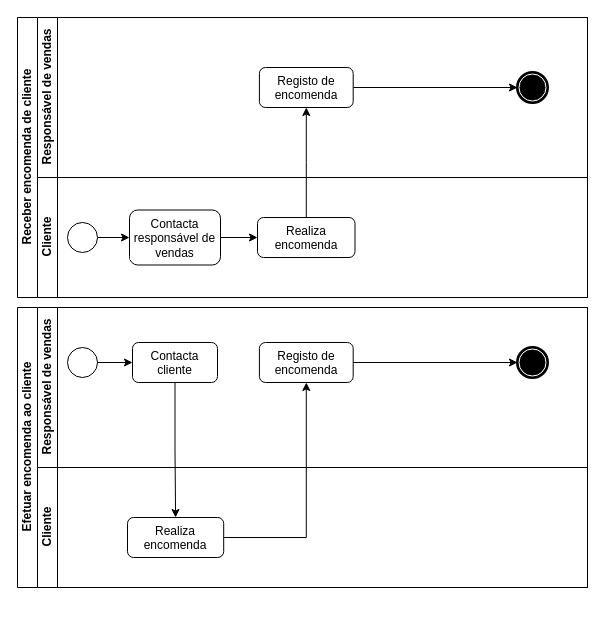
This is page "Encomenda" (1 of 4) of docs/bpmn.drawio from joaobraganca555/GlobalTech_ETL, a draw.io file, before an edit. Source tidied: cells renumbered, new cells numbered last; positions are measured from the earlier drawing's top-left corner, leaving out a move shared by most shapes. Both pictures are drawn from the tidied source at 100%, with x=0, y=0 at pixel (17, 17).
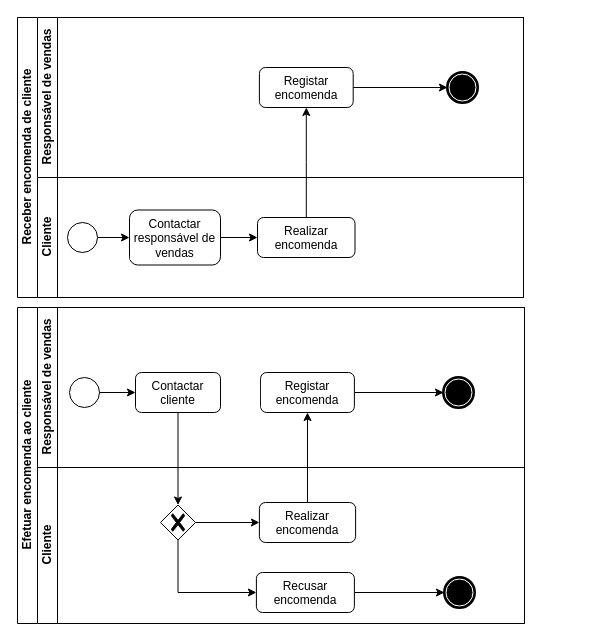
The same diagram, later.

Commit message (it also covers changes not shown here):
new flow to bpmn process encomenda

The edit, as a diff of the source:
```diff
@@
     <mxCell id="2" value="Receber encomenda de cliente" style="swimlane;html=1;horizontal=0;startSize=20;" parent="1" vertex="1">
-      <mxGeometry width="570" height="280" as="geometry" />
+      <mxGeometry width="506" height="280" as="geometry" />
     </mxCell>
-    <mxCell id="3" style="edgeStyle=orthogonalEdgeStyle;rounded=0;orthogonalLoop=1;jettySize=auto;html=1;dashed=1;endArrow=none;endFill=0;" parent="2" edge="1">
-      <mxGeometry relative="1" as="geometry">
-        <mxPoint x="180" y="90" as="sourcePoint" />
-        <mxPoint x="180" y="90" as="targetPoint" />
-      </mxGeometry>
-    </mxCell>
-    <mxCell id="4" style="edgeStyle=orthogonalEdgeStyle;rounded=0;orthogonalLoop=1;jettySize=auto;html=1;endArrow=classic;endFill=1;" parent="2" edge="1">
-      <mxGeometry relative="1" as="geometry">
-        <mxPoint x="300" y="140" as="targetPoint" />
-      </mxGeometry>
-    </mxCell>
-    <mxCell id="5" style="edgeStyle=orthogonalEdgeStyle;rounded=0;orthogonalLoop=1;jettySize=auto;html=1;endArrow=classic;endFill=1;" parent="2" edge="1">
-      <mxGeometry relative="1" as="geometry">
-        <mxPoint x="180" y="90" as="sourcePoint" />
-        <Array as="points">
-          <mxPoint x="180" y="220" />
-          <mxPoint x="400" y="220" />
-        </Array>
-      </mxGeometry>
-    </mxCell>
-    <mxCell id="6" value="Responsável de vendas" style="swimlane;html=1;startSize=20;horizontal=0;" parent="2" vertex="1">
-      <mxGeometry x="20" width="550" height="160" as="geometry" />
-    </mxCell>
-    <mxCell id="7" style="edgeStyle=orthogonalEdgeStyle;rounded=0;orthogonalLoop=1;jettySize=auto;html=1;endArrow=classic;endFill=1;" parent="6" edge="1">
-      <mxGeometry relative="1" as="geometry">
-        <mxPoint x="200" y="60" as="sourcePoint" />
-      </mxGeometry>
-    </mxCell>
-    <mxCell id="8" style="edgeStyle=orthogonalEdgeStyle;rounded=0;jettySize=auto;html=1;" parent="6" edge="1" source="9" target="10">
-      <mxGeometry relative="1" as="geometry" />
-    </mxCell>
-    <mxCell id="9" value="Registo de encomenda" style="rounded=1;whiteSpace=wrap;html=1;verticalAlign=top;labelBackgroundColor=#ffffff;" parent="6" vertex="1">
-      <mxGeometry x="221.9" y="50" width="93.8" height="40" as="geometry" />
-    </mxCell>
-    <mxCell id="10" style="points=[[0.145,0.145,0],[0.5,0,0],[0.855,0.145,0],[1,0.5,0],[0.855,0.855,0],[0.5,1,0],[0.145,0.855,0],[0,0.5,0]];shape=mxgraph.bpmn.event;html=1;verticalLabelPosition=bottom;labelBackgroundColor=#ffffff;verticalAlign=top;align=center;perimeter=ellipsePerimeter;outlineConnect=0;outline=end;symbol=terminate;" parent="6" vertex="1">
-      <mxGeometry x="480" y="55" width="30" height="30" as="geometry" />
-    </mxCell>
-    <mxCell id="11" value="Cliente" style="swimlane;html=1;startSize=20;horizontal=0;" parent="2" vertex="1">
-      <mxGeometry x="20" y="160" width="550" height="120" as="geometry" />
-    </mxCell>
-    <mxCell id="12" style="edgeStyle=orthogonalEdgeStyle;rounded=0;orthogonalLoop=1;jettySize=auto;html=1;endArrow=classic;endFill=1;" parent="11" edge="1">
-      <mxGeometry relative="1" as="geometry">
-        <mxPoint x="320" y="50" as="sourcePoint" />
-      </mxGeometry>
-    </mxCell>
-    <mxCell id="13" style="edgeStyle=orthogonalEdgeStyle;rounded=0;jettySize=auto;html=1;" parent="11" edge="1" source="14" target="15">
-      <mxGeometry relative="1" as="geometry" />
-    </mxCell>
+    <mxCell id="36" style="edgeStyle=orthogonalEdgeStyle;rounded=0;orthogonalLoop=1;jettySize=auto;html=1;dashed=1;endArrow=none;endFill=0;" parent="2" edge="1">
+      <mxGeometry relative="1" as="geometry">
+        <mxPoint x="180" y="90" as="sourcePoint" />
+        <mxPoint x="180" y="90" as="targetPoint" />
+      </mxGeometry>
+    </mxCell>
+    <mxCell id="37" style="edgeStyle=orthogonalEdgeStyle;rounded=0;orthogonalLoop=1;jettySize=auto;html=1;endArrow=classic;endFill=1;" parent="2" edge="1">
+      <mxGeometry relative="1" as="geometry">
+        <mxPoint x="300" y="140" as="targetPoint" />
+      </mxGeometry>
+    </mxCell>
+    <mxCell id="38" style="edgeStyle=orthogonalEdgeStyle;rounded=0;orthogonalLoop=1;jettySize=auto;html=1;endArrow=classic;endFill=1;" parent="2" edge="1">
+      <mxGeometry relative="1" as="geometry">
+        <mxPoint x="180" y="90" as="sourcePoint" />
+        <Array as="points">
+          <mxPoint x="180" y="220" />
+          <mxPoint x="400" y="220" />
+        </Array>
+      </mxGeometry>
+    </mxCell>
+    <mxCell id="39" value="Responsável de vendas" style="swimlane;html=1;startSize=20;horizontal=0;" parent="2" vertex="1">
+      <mxGeometry x="20" width="486" height="160" as="geometry" />
+    </mxCell>
+    <mxCell id="40" style="edgeStyle=orthogonalEdgeStyle;rounded=0;orthogonalLoop=1;jettySize=auto;html=1;endArrow=classic;endFill=1;" parent="39" edge="1">
+      <mxGeometry relative="1" as="geometry">
+        <mxPoint x="200" y="60" as="sourcePoint" />
+      </mxGeometry>
+    </mxCell>
+    <mxCell id="41" style="edgeStyle=orthogonalEdgeStyle;rounded=0;jettySize=auto;html=1;" parent="39" edge="1" source="42" target="43">
+      <mxGeometry relative="1" as="geometry" />
+    </mxCell>
+    <mxCell id="42" value="Registar encomenda" style="rounded=1;whiteSpace=wrap;html=1;verticalAlign=top;labelBackgroundColor=#ffffff;" parent="39" vertex="1">
+      <mxGeometry x="221.9" y="50" width="93.8" height="40" as="geometry" />
+    </mxCell>
+    <mxCell id="43" style="points=[[0.145,0.145,0],[0.5,0,0],[0.855,0.145,0],[1,0.5,0],[0.855,0.855,0],[0.5,1,0],[0.145,0.855,0],[0,0.5,0]];shape=mxgraph.bpmn.event;html=1;verticalLabelPosition=bottom;labelBackgroundColor=#ffffff;verticalAlign=top;align=center;perimeter=ellipsePerimeter;outlineConnect=0;outline=end;symbol=terminate;" parent="39" vertex="1">
+      <mxGeometry x="410" y="55" width="30" height="30" as="geometry" />
+    </mxCell>
+    <mxCell id="44" value="Cliente" style="swimlane;html=1;startSize=20;horizontal=0;" parent="2" vertex="1">
+      <mxGeometry x="20" y="160" width="486" height="120" as="geometry" />
+    </mxCell>
+    <mxCell id="45" style="edgeStyle=orthogonalEdgeStyle;rounded=0;orthogonalLoop=1;jettySize=auto;html=1;endArrow=classic;endFill=1;" parent="44" edge="1">
+      <mxGeometry relative="1" as="geometry">
+        <mxPoint x="320" y="50" as="sourcePoint" />
+      </mxGeometry>
+    </mxCell>
+    <mxCell id="46" style="edgeStyle=orthogonalEdgeStyle;rounded=0;jettySize=auto;html=1;" parent="44" edge="1" source="14" target="47">
+      <mxGeometry relative="1" as="geometry" />
+    </mxCell>
-    <mxCell id="14" style="points=[[0.145,0.145,0],[0.5,0,0],[0.855,0.145,0],[1,0.5,0],[0.855,0.855,0],[0.5,1,0],[0.145,0.855,0],[0,0.5,0]];shape=mxgraph.bpmn.event;html=1;verticalLabelPosition=bottom;labelBackgroundColor=#ffffff;verticalAlign=top;align=center;perimeter=ellipsePerimeter;outlineConnect=0;outline=standard;symbol=general;" parent="11" vertex="1">
+    <mxCell id="14" style="points=[[0.145,0.145,0],[0.5,0,0],[0.855,0.145,0],[1,0.5,0],[0.855,0.855,0],[0.5,1,0],[0.145,0.855,0],[0,0.5,0]];shape=mxgraph.bpmn.event;html=1;verticalLabelPosition=bottom;labelBackgroundColor=#ffffff;verticalAlign=top;align=center;perimeter=ellipsePerimeter;outlineConnect=0;outline=standard;symbol=general;" parent="44" vertex="1">
       <mxGeometry x="30" y="45" width="30" height="30" as="geometry" />
     </mxCell>
-    <mxCell id="15" value="Contacta responsável de vendas" style="rounded=1;whiteSpace=wrap;html=1;verticalAlign=top;labelBackgroundColor=#ffffff;" parent="11" vertex="1">
-      <mxGeometry x="92" y="32.5" width="91" height="55" as="geometry" />
-    </mxCell>
-    <mxCell id="16" value="Realiza&lt;br&gt;encomenda" style="whiteSpace=wrap;html=1;verticalAlign=top;rounded=1;labelBackgroundColor=#ffffff;" parent="11" vertex="1">
-      <mxGeometry x="220" y="40" width="97.5" height="40" as="geometry" />
-    </mxCell>
-    <mxCell id="17" style="edgeStyle=orthogonalEdgeStyle;rounded=0;jettySize=auto;html=1;" parent="11" edge="1" source="15" target="16">
-      <mxGeometry relative="1" as="geometry" />
-    </mxCell>
-    <mxCell id="18" style="edgeStyle=orthogonalEdgeStyle;rounded=0;jettySize=auto;html=1;" parent="2" edge="1" source="16" target="9">
-      <mxGeometry relative="1" as="geometry" />
-    </mxCell>
+    <mxCell id="47" value="Contactar responsável de vendas" style="rounded=1;whiteSpace=wrap;html=1;verticalAlign=top;labelBackgroundColor=#ffffff;" parent="44" vertex="1">
+      <mxGeometry x="92" y="32.5" width="91" height="55" as="geometry" />
+    </mxCell>
+    <mxCell id="48" value="Realizar&lt;br&gt;encomenda" style="whiteSpace=wrap;html=1;verticalAlign=top;rounded=1;labelBackgroundColor=#ffffff;" parent="44" vertex="1">
+      <mxGeometry x="220" y="40" width="97.5" height="40" as="geometry" />
+    </mxCell>
+    <mxCell id="49" style="edgeStyle=orthogonalEdgeStyle;rounded=0;jettySize=auto;html=1;" parent="44" edge="1" source="47" target="48">
+      <mxGeometry relative="1" as="geometry" />
+    </mxCell>
+    <mxCell id="50" style="edgeStyle=orthogonalEdgeStyle;rounded=0;jettySize=auto;html=1;" parent="2" edge="1" source="48" target="42">
+      <mxGeometry relative="1" as="geometry" />
+    </mxCell>
     <mxCell id="19" value="Efetuar encomenda ao cliente" style="swimlane;html=1;horizontal=0;startSize=20;" parent="1" vertex="1">
-      <mxGeometry y="290" width="570" height="280" as="geometry" />
+      <mxGeometry y="290" width="507" height="316" as="geometry" />
     </mxCell>
-    <mxCell id="20" style="edgeStyle=orthogonalEdgeStyle;rounded=0;orthogonalLoop=1;jettySize=auto;html=1;dashed=1;endArrow=none;endFill=0;" parent="19" edge="1">
-      <mxGeometry relative="1" as="geometry">
-        <mxPoint x="180" y="90" as="sourcePoint" />
-        <mxPoint x="180" y="90" as="targetPoint" />
-      </mxGeometry>
-    </mxCell>
-    <mxCell id="21" style="edgeStyle=orthogonalEdgeStyle;rounded=0;orthogonalLoop=1;jettySize=auto;html=1;endArrow=classic;endFill=1;" parent="19" edge="1">
-      <mxGeometry relative="1" as="geometry">
-        <mxPoint x="300" y="140" as="targetPoint" />
-      </mxGeometry>
-    </mxCell>
-    <mxCell id="22" style="edgeStyle=orthogonalEdgeStyle;rounded=0;orthogonalLoop=1;jettySize=auto;html=1;endArrow=classic;endFill=1;" parent="19" edge="1">
-      <mxGeometry relative="1" as="geometry">
-        <mxPoint x="180" y="90" as="sourcePoint" />
-        <Array as="points">
-          <mxPoint x="180" y="220" />
-          <mxPoint x="400" y="220" />
-        </Array>
-      </mxGeometry>
-    </mxCell>
-    <mxCell id="23" value="Responsável de vendas" style="swimlane;html=1;startSize=20;horizontal=0;" parent="19" vertex="1">
-      <mxGeometry x="20" width="550" height="160" as="geometry" />
-    </mxCell>
-    <mxCell id="24" style="edgeStyle=orthogonalEdgeStyle;rounded=0;orthogonalLoop=1;jettySize=auto;html=1;endArrow=classic;endFill=1;" parent="23" edge="1">
-      <mxGeometry relative="1" as="geometry">
-        <mxPoint x="200" y="60" as="sourcePoint" />
-      </mxGeometry>
-    </mxCell>
-    <mxCell id="25" style="edgeStyle=orthogonalEdgeStyle;rounded=0;jettySize=auto;html=1;" parent="23" edge="1" source="26" target="27">
-      <mxGeometry relative="1" as="geometry" />
-    </mxCell>
-    <mxCell id="26" value="Registo de encomenda" style="rounded=1;whiteSpace=wrap;html=1;verticalAlign=top;labelBackgroundColor=#ffffff;" parent="23" vertex="1">
-      <mxGeometry x="221.9" y="35" width="93.8" height="40" as="geometry" />
-    </mxCell>
-    <mxCell id="27" style="points=[[0.145,0.145,0],[0.5,0,0],[0.855,0.145,0],[1,0.5,0],[0.855,0.855,0],[0.5,1,0],[0.145,0.855,0],[0,0.5,0]];shape=mxgraph.bpmn.event;html=1;verticalLabelPosition=bottom;labelBackgroundColor=#ffffff;verticalAlign=top;align=center;perimeter=ellipsePerimeter;outlineConnect=0;outline=end;symbol=terminate;" parent="23" vertex="1">
-      <mxGeometry x="480" y="40" width="30" height="30" as="geometry" />
-    </mxCell>
-    <mxCell id="28" style="points=[[0.145,0.145,0],[0.5,0,0],[0.855,0.145,0],[1,0.5,0],[0.855,0.855,0],[0.5,1,0],[0.145,0.855,0],[0,0.5,0]];shape=mxgraph.bpmn.event;html=1;verticalLabelPosition=bottom;labelBackgroundColor=#ffffff;verticalAlign=top;align=center;perimeter=ellipsePerimeter;outlineConnect=0;outline=standard;symbol=general;" parent="23" vertex="1">
-      <mxGeometry x="30" y="40" width="30" height="30" as="geometry" />
-    </mxCell>
-    <mxCell id="29" value="Contacta cliente" style="rounded=1;whiteSpace=wrap;html=1;verticalAlign=top;labelBackgroundColor=#ffffff;" parent="23" vertex="1">
-      <mxGeometry x="95" y="35" width="85" height="40" as="geometry" />
-    </mxCell>
-    <mxCell id="30" style="edgeStyle=orthogonalEdgeStyle;rounded=0;jettySize=auto;html=1;" parent="23" edge="1" source="28" target="29">
-      <mxGeometry relative="1" as="geometry" />
-    </mxCell>
-    <mxCell id="31" value="Cliente" style="swimlane;html=1;startSize=20;horizontal=0;" parent="19" vertex="1">
-      <mxGeometry x="20" y="160" width="550" height="120" as="geometry" />
-    </mxCell>
-    <mxCell id="32" style="edgeStyle=orthogonalEdgeStyle;rounded=0;orthogonalLoop=1;jettySize=auto;html=1;endArrow=classic;endFill=1;" parent="31" edge="1">
-      <mxGeometry relative="1" as="geometry">
-        <mxPoint x="320" y="50" as="sourcePoint" />
-      </mxGeometry>
-    </mxCell>
-    <mxCell id="33" value="Realiza&lt;br&gt;encomenda" style="whiteSpace=wrap;html=1;verticalAlign=top;rounded=1;labelBackgroundColor=#ffffff;" parent="31" vertex="1">
-      <mxGeometry x="90" y="50" width="96.2" height="40" as="geometry" />
-    </mxCell>
-    <mxCell id="34" style="edgeStyle=orthogonalEdgeStyle;rounded=0;jettySize=auto;html=1;" parent="19" edge="1" source="33" target="26">
-      <mxGeometry relative="1" as="geometry" />
-    </mxCell>
-    <mxCell id="35" style="edgeStyle=orthogonalEdgeStyle;rounded=0;jettySize=auto;html=1;" parent="19" edge="1" source="29" target="33">
-      <mxGeometry relative="1" as="geometry" />
-    </mxCell>
+    <mxCell id="51" style="edgeStyle=orthogonalEdgeStyle;rounded=0;orthogonalLoop=1;jettySize=auto;html=1;dashed=1;endArrow=none;endFill=0;" parent="19" edge="1">
+      <mxGeometry relative="1" as="geometry">
+        <mxPoint x="180" y="90" as="sourcePoint" />
+        <mxPoint x="180" y="90" as="targetPoint" />
+      </mxGeometry>
+    </mxCell>
+    <mxCell id="52" style="edgeStyle=orthogonalEdgeStyle;rounded=0;orthogonalLoop=1;jettySize=auto;html=1;endArrow=classic;endFill=1;" parent="19" edge="1">
+      <mxGeometry relative="1" as="geometry">
+        <mxPoint x="300" y="140" as="targetPoint" />
+      </mxGeometry>
+    </mxCell>
+    <mxCell id="53" style="edgeStyle=orthogonalEdgeStyle;rounded=0;orthogonalLoop=1;jettySize=auto;html=1;endArrow=classic;endFill=1;" parent="19" edge="1">
+      <mxGeometry relative="1" as="geometry">
+        <mxPoint x="180" y="90" as="sourcePoint" />
+        <Array as="points">
+          <mxPoint x="180" y="220" />
+          <mxPoint x="400" y="220" />
+        </Array>
+      </mxGeometry>
+    </mxCell>
+    <mxCell id="54" value="Responsável de vendas" style="swimlane;html=1;startSize=20;horizontal=0;" parent="19" vertex="1">
+      <mxGeometry x="20" width="487" height="160" as="geometry" />
+    </mxCell>
+    <mxCell id="55" style="edgeStyle=orthogonalEdgeStyle;rounded=0;orthogonalLoop=1;jettySize=auto;html=1;endArrow=classic;endFill=1;" parent="54" edge="1">
+      <mxGeometry relative="1" as="geometry">
+        <mxPoint x="200" y="60" as="sourcePoint" />
+      </mxGeometry>
+    </mxCell>
+    <mxCell id="56" style="edgeStyle=orthogonalEdgeStyle;rounded=0;jettySize=auto;html=1;" parent="54" edge="1" source="57" target="58">
+      <mxGeometry relative="1" as="geometry" />
+    </mxCell>
+    <mxCell id="57" value="Registar encomenda" style="rounded=1;whiteSpace=wrap;html=1;verticalAlign=top;labelBackgroundColor=#ffffff;" parent="54" vertex="1">
+      <mxGeometry x="223.1" y="65" width="93.8" height="40" as="geometry" />
+    </mxCell>
+    <mxCell id="58" style="points=[[0.145,0.145,0],[0.5,0,0],[0.855,0.145,0],[1,0.5,0],[0.855,0.855,0],[0.5,1,0],[0.145,0.855,0],[0,0.5,0]];shape=mxgraph.bpmn.event;html=1;verticalLabelPosition=bottom;labelBackgroundColor=#ffffff;verticalAlign=top;align=center;perimeter=ellipsePerimeter;outlineConnect=0;outline=end;symbol=terminate;" parent="54" vertex="1">
+      <mxGeometry x="406" y="70" width="30" height="30" as="geometry" />
+    </mxCell>
+    <mxCell id="59" style="points=[[0.145,0.145,0],[0.5,0,0],[0.855,0.145,0],[1,0.5,0],[0.855,0.855,0],[0.5,1,0],[0.145,0.855,0],[0,0.5,0]];shape=mxgraph.bpmn.event;html=1;verticalLabelPosition=bottom;labelBackgroundColor=#ffffff;verticalAlign=top;align=center;perimeter=ellipsePerimeter;outlineConnect=0;outline=standard;symbol=general;" parent="54" vertex="1">
+      <mxGeometry x="32" y="70" width="30" height="30" as="geometry" />
+    </mxCell>
+    <mxCell id="60" value="Contactar cliente" style="rounded=1;whiteSpace=wrap;html=1;verticalAlign=top;labelBackgroundColor=#ffffff;" parent="54" vertex="1">
+      <mxGeometry x="98" y="65" width="85" height="40" as="geometry" />
+    </mxCell>
+    <mxCell id="61" style="edgeStyle=orthogonalEdgeStyle;rounded=0;jettySize=auto;html=1;" parent="54" edge="1" source="59" target="60">
+      <mxGeometry relative="1" as="geometry" />
+    </mxCell>
+    <mxCell id="62" style="edgeStyle=orthogonalEdgeStyle;rounded=0;jettySize=auto;html=1;" parent="19" edge="1" source="66" target="57">
+      <mxGeometry relative="1" as="geometry" />
+    </mxCell>
+    <mxCell id="63" style="edgeStyle=none;html=1;" parent="19" edge="1" source="60" target="69">
+      <mxGeometry relative="1" as="geometry" />
+    </mxCell>
+    <mxCell id="64" value="Cliente" style="swimlane;html=1;startSize=20;horizontal=0;" parent="19" vertex="1">
+      <mxGeometry x="20" y="160" width="487" height="156" as="geometry" />
+    </mxCell>
+    <mxCell id="65" style="edgeStyle=orthogonalEdgeStyle;rounded=0;orthogonalLoop=1;jettySize=auto;html=1;endArrow=classic;endFill=1;" parent="64" edge="1">
+      <mxGeometry relative="1" as="geometry">
+        <mxPoint x="320" y="50" as="sourcePoint" />
+      </mxGeometry>
+    </mxCell>
+    <mxCell id="66" value="Realizar&lt;br&gt;encomenda" style="whiteSpace=wrap;html=1;verticalAlign=top;rounded=1;labelBackgroundColor=#ffffff;" parent="64" vertex="1">
+      <mxGeometry x="221.9" y="35" width="96.2" height="40" as="geometry" />
+    </mxCell>
+    <mxCell id="67" style="edgeStyle=none;html=1;entryX=0;entryY=0.5;entryDx=0;entryDy=0;" parent="64" edge="1" source="69" target="66">
+      <mxGeometry relative="1" as="geometry" />
+    </mxCell>
+    <mxCell id="68" style="edgeStyle=orthogonalEdgeStyle;rounded=0;jettySize=auto;html=1;" parent="64" edge="1" source="69" target="71">
+      <mxGeometry relative="1" as="geometry">
+        <Array as="points">
+          <mxPoint x="141" y="125" />
+        </Array>
+      </mxGeometry>
+    </mxCell>
+    <mxCell id="69" style="points=[[0.25,0.25,0],[0.5,0,0],[0.75,0.25,0],[1,0.5,0],[0.75,0.75,0],[0.5,1,0],[0.25,0.75,0],[0,0.5,0]];shape=mxgraph.bpmn.gateway2;html=1;verticalLabelPosition=bottom;labelBackgroundColor=#ffffff;verticalAlign=top;align=center;perimeter=rhombusPerimeter;outlineConnect=0;outline=none;symbol=none;gwType=exclusive;" parent="64" vertex="1">
+      <mxGeometry x="123" y="37.5" width="35" height="35" as="geometry" />
+    </mxCell>
+    <mxCell id="70" style="edgeStyle=none;html=1;entryX=0;entryY=0.5;entryDx=0;entryDy=0;entryPerimeter=0;" parent="64" edge="1" source="71" target="72">
+      <mxGeometry relative="1" as="geometry" />
+    </mxCell>
+    <mxCell id="71" value="Recusar encomenda" style="whiteSpace=wrap;html=1;verticalAlign=top;rounded=1;labelBackgroundColor=#ffffff;" parent="64" vertex="1">
+      <mxGeometry x="218.9" y="105" width="98" height="40" as="geometry" />
+    </mxCell>
+    <mxCell id="72" style="points=[[0.145,0.145,0],[0.5,0,0],[0.855,0.145,0],[1,0.5,0],[0.855,0.855,0],[0.5,1,0],[0.145,0.855,0],[0,0.5,0]];shape=mxgraph.bpmn.event;html=1;verticalLabelPosition=bottom;labelBackgroundColor=#ffffff;verticalAlign=top;align=center;perimeter=ellipsePerimeter;outlineConnect=0;outline=end;symbol=terminate;" parent="64" vertex="1">
+      <mxGeometry x="407" y="110" width="30" height="30" as="geometry" />
+    </mxCell>
```
